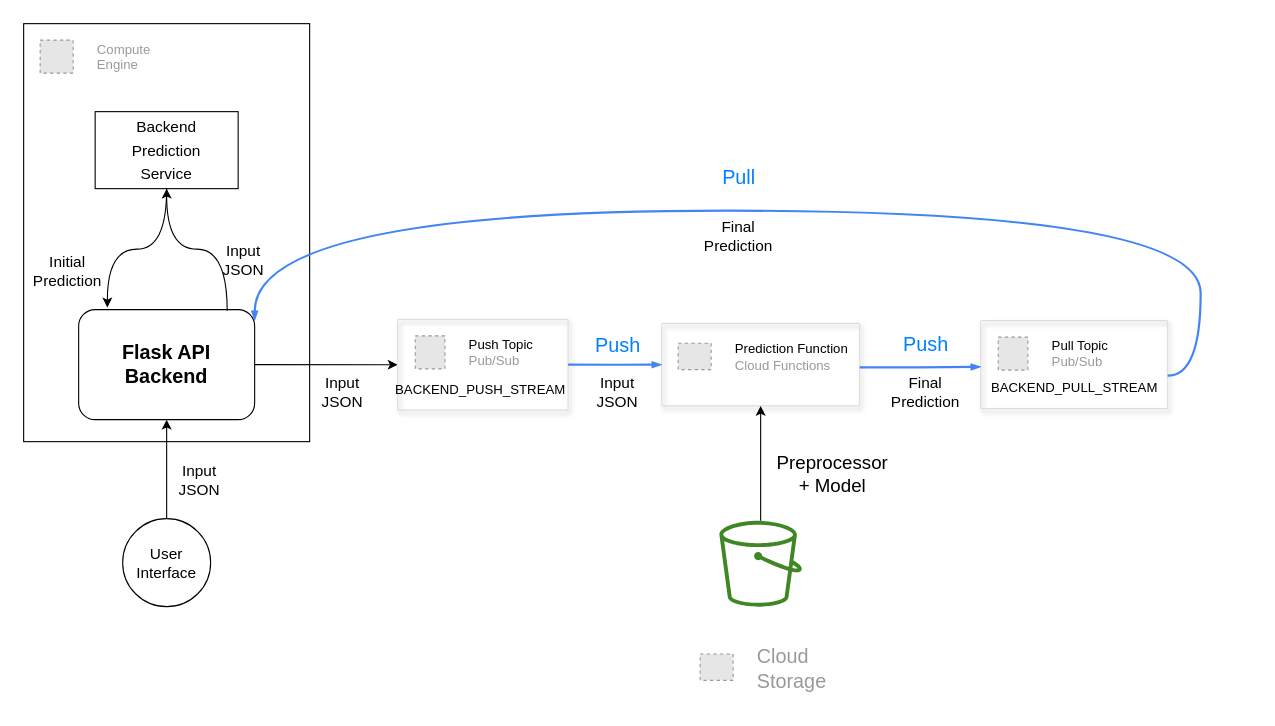
Earlier version of the draw.io diagram week6/prediction_service_full.drawio (Qfl3x/mlops-zoomcamp-notes). Source tidied: cells renumbered, new cells numbered last; positions are measured from the earlier drawing's top-left corner, leaving out a move shared by most shapes. Both pictures are drawn from the tidied source at 110%, with x=0, y=0 at pixel (23, 23). Pictures stored in the file or linked from it are replaced by grey dashed boxes.
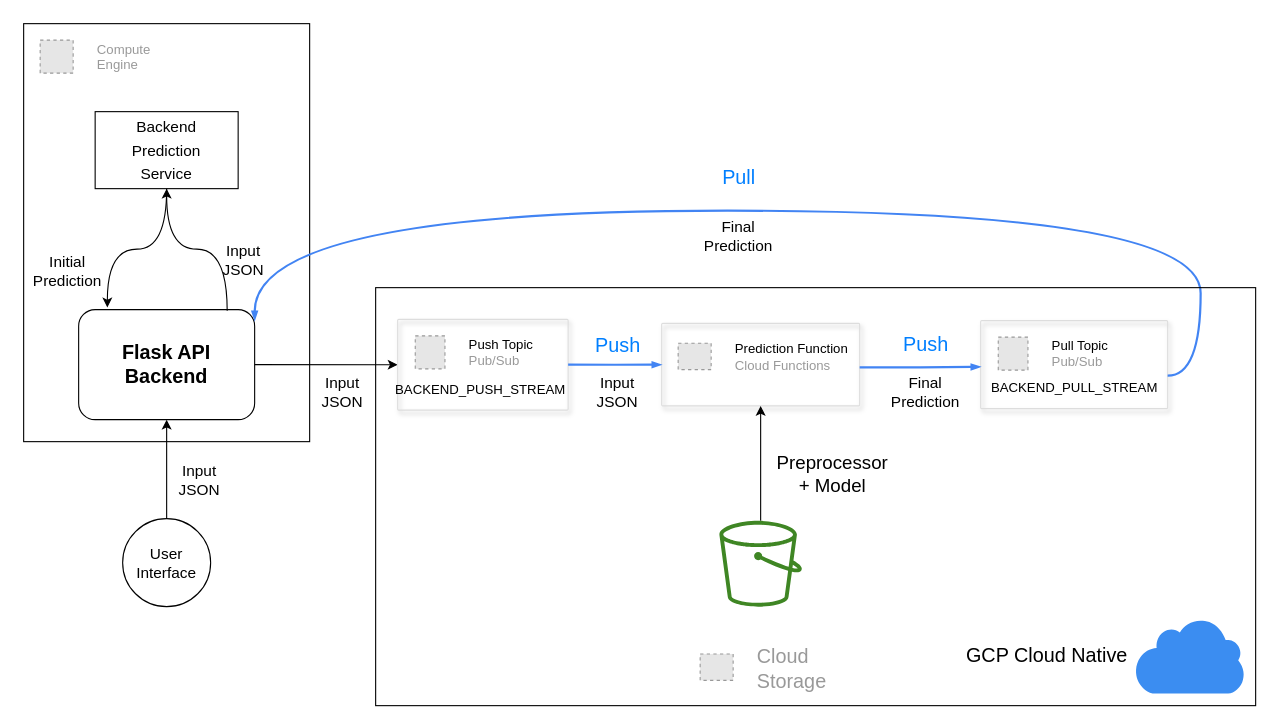
Above is the later version.

The edit, as a diff of the source:
```diff
@@
+    <mxCell id="38" style="whiteSpace=wrap;html=1;fillColor=none;" parent="1" vertex="1">
+      <mxGeometry x="320" y="240" width="800" height="380" as="geometry" />
+    </mxCell>
+    <mxCell id="39" style="sketch=0;html=1;strokeColor=none;shadow=0;align=center;verticalAlign=top;fillColor=#3B8DF1;shape=mxgraph.gcp2.cloud;" parent="1" vertex="1">
+      <mxGeometry x="1010" y="540" width="100" height="69" as="geometry" />
+    </mxCell>
+    <mxCell id="40" value="&lt;font style=&quot;font-size: 18px;&quot;&gt;GCP Cloud Native&lt;br&gt;&lt;/font&gt;" style="text;html=1;align=center;verticalAlign=middle;fillColor=none;strokeColor=none;rounded=0;" parent="1" vertex="1">
+      <mxGeometry x="845" y="555" width="170" height="40" as="geometry" />
+    </mxCell>
```
